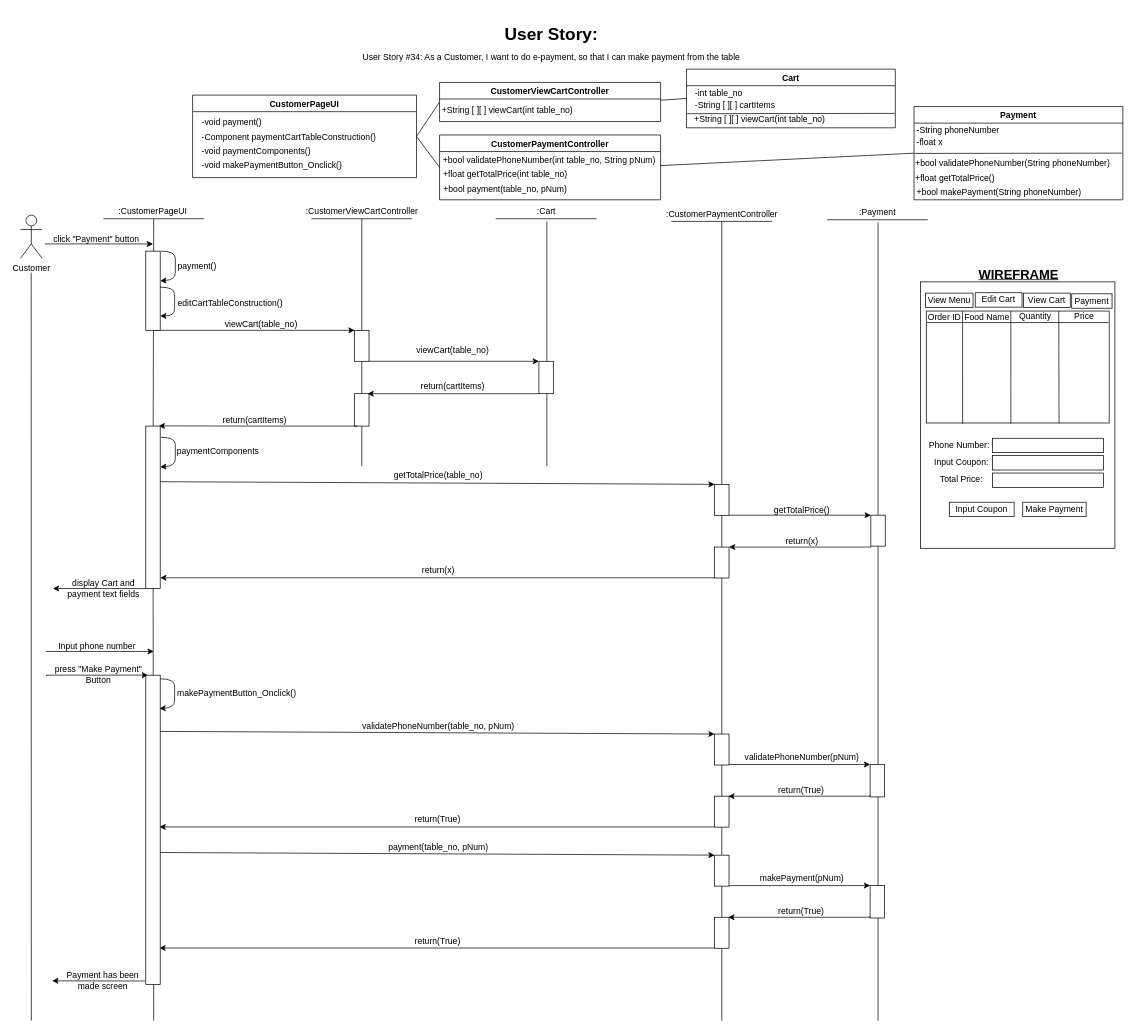
Earlier version of the draw.io diagram BCE_UML_and_Diagrams/Customer (WIP)/Customer_Payment(#34)/UserStory#34_Customer_Payment.drawio (extred5700/JAVAGUI-Restaurant-Table-Order-System). Source tidied: cells renumbered, new cells numbered last; positions are measured from the earlier drawing's top-left corner, leaving out a move shared by most shapes. Both pictures are drawn from the tidied source at 72%, with x=0, y=0 at pixel (20, 19).
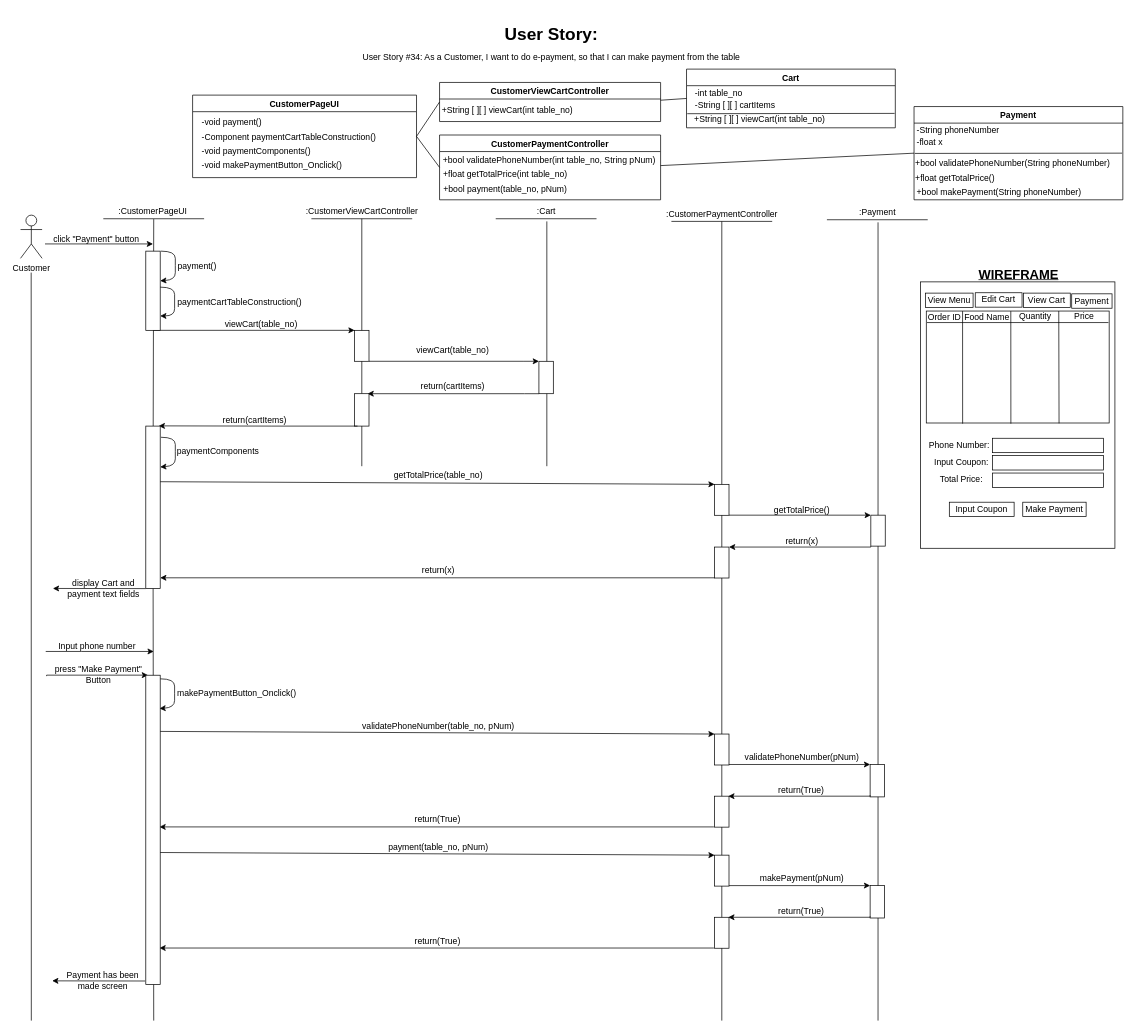
The same diagram, later.

Diff of the diagram source:
```diff
@@
-    <mxCell id="59" value="&lt;span style=&quot;font-size: 12px&quot;&gt;editCartTableConstruction()&lt;/span&gt;" style="text;html=1;align=center;verticalAlign=middle;strokeColor=none;fillColor=none;fontSize=16;" parent="1" vertex="1">
-      <mxGeometry x="211" y="377.3" width="160" height="30" as="geometry" />
+    <mxCell id="59" value="&lt;span style=&quot;font-size: 12px&quot;&gt;paymentCartTableConstruction()&lt;/span&gt;" style="text;html=1;align=center;verticalAlign=middle;strokeColor=none;fillColor=none;fontSize=16;" parent="1" vertex="1">
+      <mxGeometry x="209" y="375.6" width="190" height="30" as="geometry" />
     </mxCell>
```
